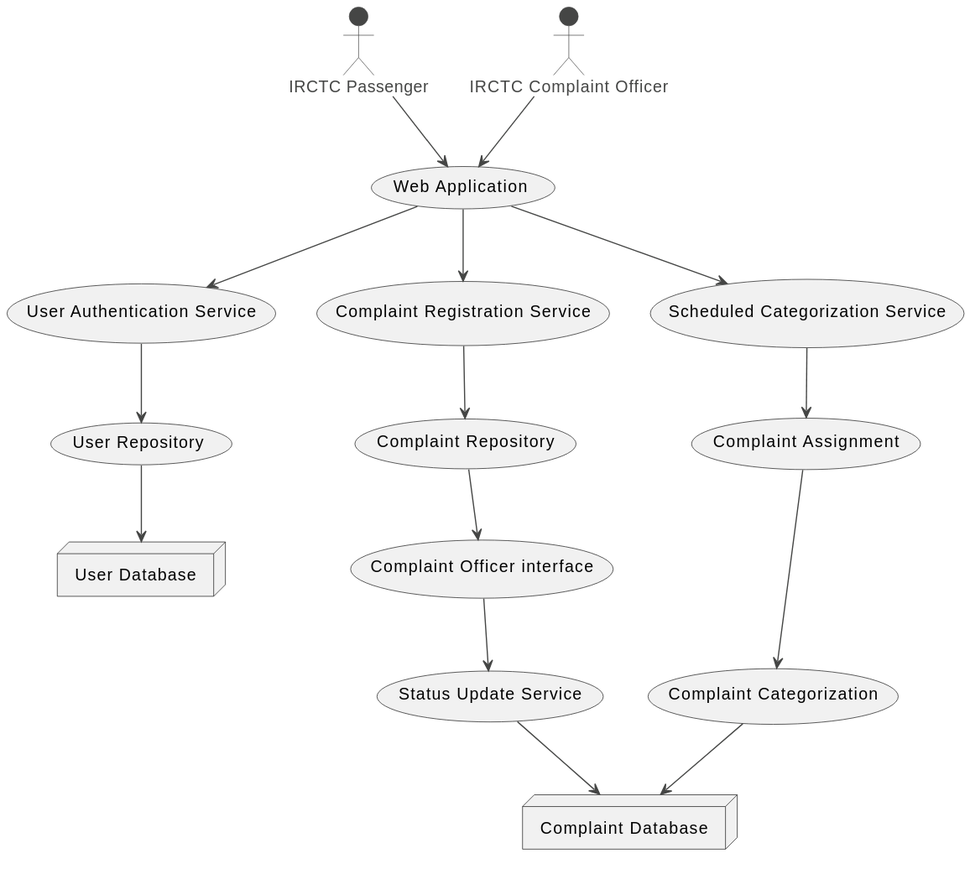
The PlantUML diagram uml/dataflow/level_1/dataflow_l1.svg in Anikate-De/rail-madad, before a commit. The source it was exported from:
```plantuml
@startuml
!theme vibrant

actor "IRCTC Passenger"
actor "IRCTC Complaint Officer"

"IRCTC Passenger" --> (Web Application)
"IRCTC Complaint Officer" --> (Web Application)

(Web Application) --> (User Authentication Service)
(Web Application) --> (Complaint Registration Service)

(User Authentication Service) --> (User Repository)
(Complaint Registration Service) --> (Complaint Repository)

(User Repository) --> "User Database"

node "User Database" {
}

(Complaint Repository) --> (Complaint Officer interface)
(Web Application) --> (Scheduled Categorization Service)


(Complaint Officer interface) --> (Status Update Service)
(Scheduled Categorization Service) --> (Complaint Assignment)

(Status Update Service) --> "Complaint Database"
(Complaint Assignment) --> (Complaint Categorization)
(Complaint Categorization) --> "Complaint Database"

node "Complaint Database" {
}
@enduml
```
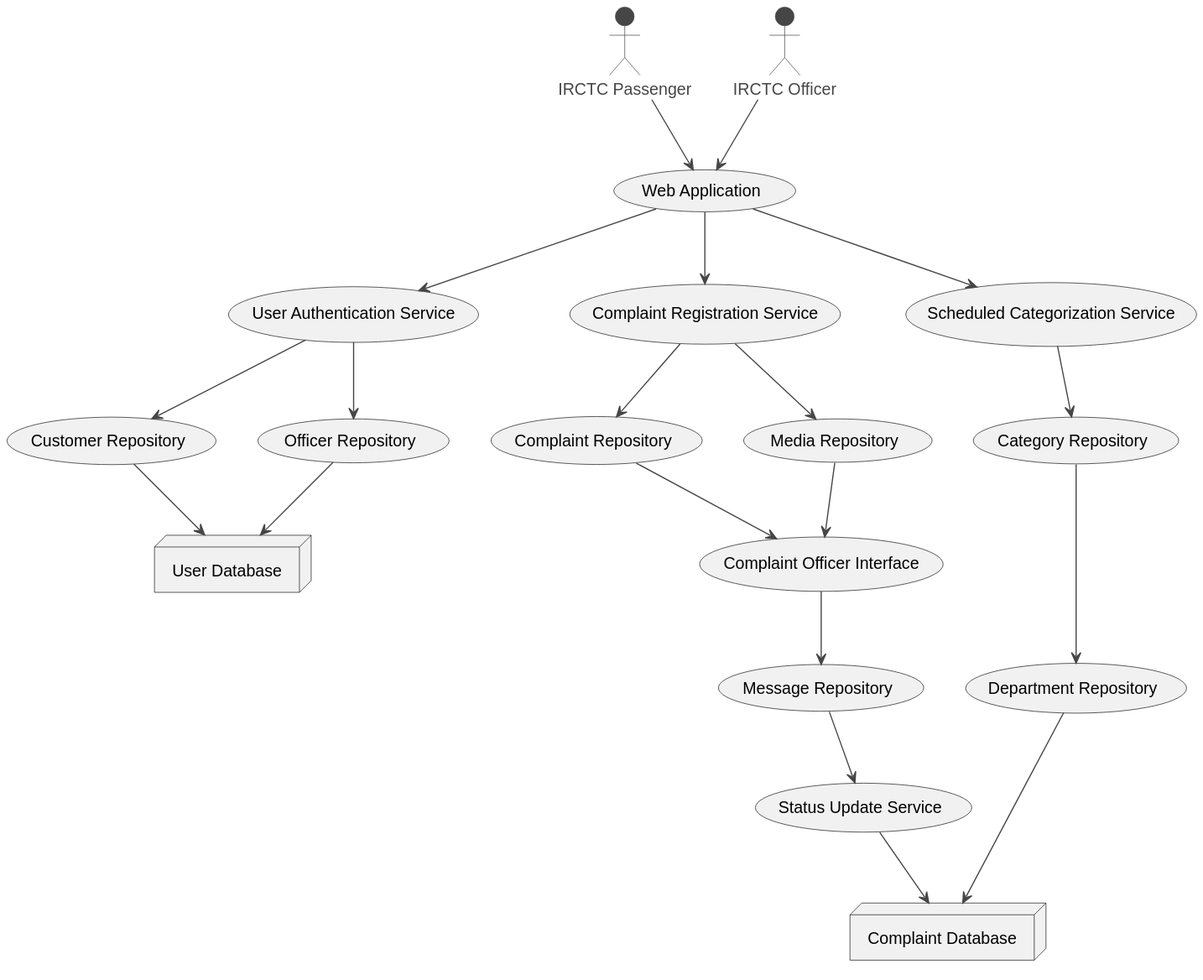
After the commit.

Commit message:
add dataflow level 1

What changed in the source:
```diff
@@ -2,32 +2,37 @@
 !theme vibrant
 
 actor "IRCTC Passenger"
-actor "IRCTC Complaint Officer"
+actor "IRCTC Officer"
 
 "IRCTC Passenger" --> (Web Application)
-"IRCTC Complaint Officer" --> (Web Application)
+"IRCTC Officer" --> (Web Application)
 
 (Web Application) --> (User Authentication Service)
 (Web Application) --> (Complaint Registration Service)
 
-(User Authentication Service) --> (User Repository)
+(User Authentication Service) --> (Customer Repository)
+(User Authentication Service) --> (Officer Repository)
 (Complaint Registration Service) --> (Complaint Repository)
+(Complaint Registration Service) --> (Media Repository)
 
-(User Repository) --> "User Database"
+(Customer Repository) --> "User Database"
+(Officer Repository) --> "User Database"
 
 node "User Database" {
 }
 
-(Complaint Repository) --> (Complaint Officer interface)
+(Complaint Repository) --> (Complaint Officer Interface)
+(Media Repository) --> (Complaint Officer Interface)
 (Web Application) --> (Scheduled Categorization Service)
 
+(Complaint Officer Interface) --> (Message Repository)
+(Message Repository) --> (Status Update Service)
+(Scheduled Categorization Service) --> (Category Repository)
 
-(Complaint Officer interface) --> (Status Update Service)
-(Scheduled Categorization Service) --> (Complaint Assignment)
+(Category Repository) --> (Department Repository)
+(Department Repository) --> "Complaint Database"
 
 (Status Update Service) --> "Complaint Database"
-(Complaint Assignment) --> (Complaint Categorization)
-(Complaint Categorization) --> "Complaint Database"
 
 node "Complaint Database" {
 }
```
